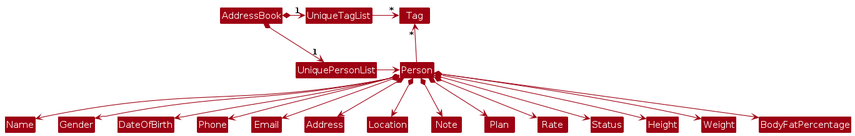
This is diagrams/BetterModelClassDiagram.png from prickloll/tp, a PlantUML export, as it was before one commit. Its source is kept beside it as diagrams/BetterModelClassDiagram.puml.
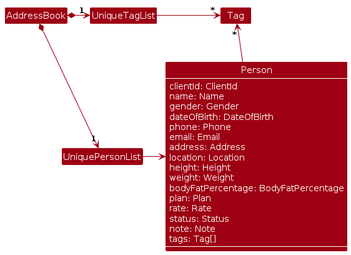
After the change.

Change to the diagram source:
```diff
@@ -3,6 +3,7 @@
 skinparam arrowThickness 1.1
 skinparam arrowColor MODEL_COLOR
 skinparam classBackgroundColor MODEL_COLOR
+skinparam ClassAttributeFontColor #FFFFFF
 
 AddressBook *-right-> "1" UniquePersonList
 AddressBook *-right-> "1" UniqueTagList
@@ -14,18 +15,24 @@
 
 Person -up-> "*" Tag
 
-Person *--> Name
-Person *--> Gender
-Person *--> DateOfBirth
-Person *--> Phone
-Person *--> Email
-Person *--> Address
-Person *--> Location
-Person *--> Note
-Person *--> Plan
-Person *--> Rate
-Person *--> Status
-Person *--> Height
-Person *--> Weight
-Person *--> BodyFatPercentage
+class Person {
+  clientId: ClientId
+  name: Name
+  gender: Gender
+  dateOfBirth: DateOfBirth
+  phone: Phone
+  email: Email
+  address: Address
+  location: Location
+  height: Height
+  weight: Weight
+  bodyFatPercentage: BodyFatPercentage
+  plan: Plan
+  rate: Rate
+  status: Status
+  note: Note
+  tags: Tag[]
+}
+
+show Person members
 @enduml
```
